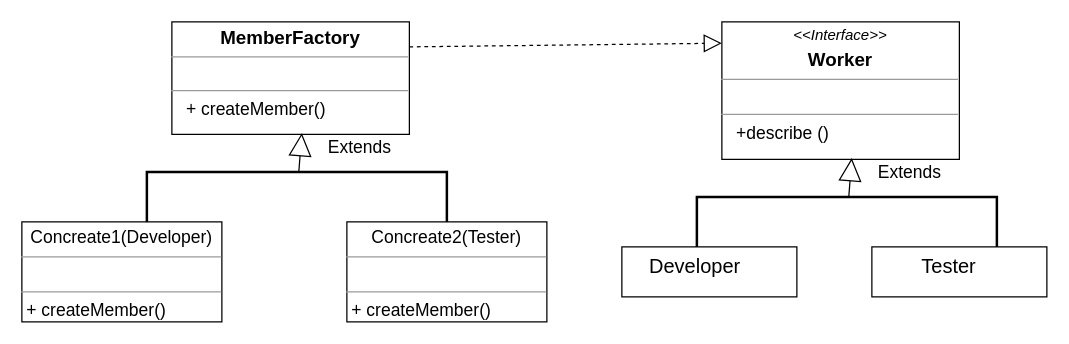
Before: creational/factory/factory.drawio in MaksShadows/Patterns, a draw.io diagram. Source tidied: cells renumbered, new cells numbered last; positions are measured from the earlier drawing's top-left corner, leaving out a move shared by most shapes. Both pictures are drawn from the tidied source at 125%, with x=0, y=0 at pixel (21, 21).
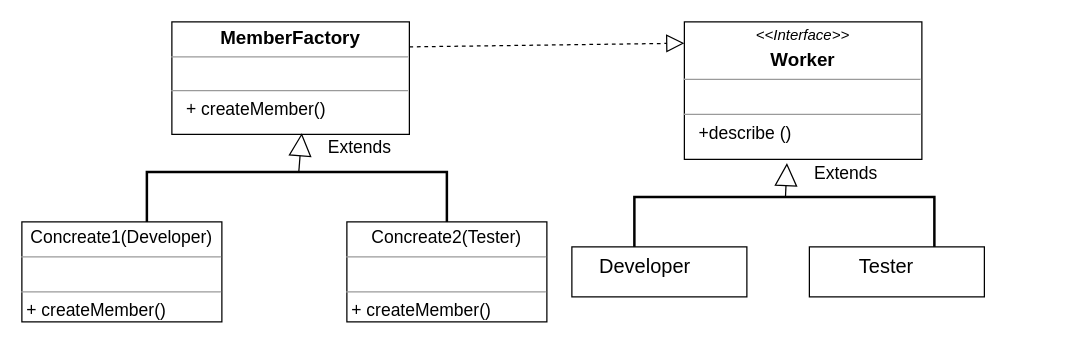
Above is the later version.

Diff of the diagram source:
```diff
@@
 <mxGraphModel>
   <root>
     <mxCell id="0" />
     <mxCell id="1" parent="0" />
     <mxCell id="2" value="&lt;p style=&quot;margin: 4px 0px 0px ; text-align: center&quot;&gt;&lt;i&gt;&amp;lt;&amp;lt;Interface&amp;gt;&amp;gt;&lt;/i&gt;&lt;/p&gt;&lt;p style=&quot;margin: 0px ; margin-top: 4px ; text-align: center&quot;&gt;&lt;span style=&quot;font-size: 15px&quot;&gt;&lt;b&gt;Worker&lt;/b&gt;&lt;/span&gt;&lt;/p&gt;&lt;hr size=&quot;1&quot;&gt;&lt;p style=&quot;margin: 0px ; margin-left: 4px&quot;&gt;&lt;br&gt;&lt;/p&gt;&lt;hr size=&quot;1&quot;&gt;&lt;p style=&quot;text-align: justify ; margin: 0px 0px 0px 4px&quot;&gt;&lt;font style=&quot;font-size: 14px&quot;&gt;&amp;nbsp; +describe ()&lt;/font&gt;&lt;/p&gt;" style="verticalAlign=top;align=left;overflow=fill;fontSize=12;fontFamily=Helvetica;html=1;" parent="1" vertex="1">
-      <mxGeometry x="560" width="190" height="110" as="geometry" />
+      <mxGeometry x="530" width="190" height="110" as="geometry" />
     </mxCell>
     <mxCell id="3" value="&lt;p style=&quot;margin: 0px ; margin-top: 4px ; text-align: center&quot;&gt;&lt;span style=&quot;font-size: 15px&quot;&gt;&lt;b&gt;MemberFactory&lt;/b&gt;&lt;/span&gt;&lt;br&gt;&lt;/p&gt;&lt;hr size=&quot;1&quot;&gt;&lt;p style=&quot;margin: 0px ; margin-left: 4px&quot;&gt;&lt;br&gt;&lt;/p&gt;&lt;hr size=&quot;1&quot;&gt;&lt;p style=&quot;text-align: justify ; margin: 0px 0px 0px 4px&quot;&gt;&lt;font style=&quot;font-size: 14px&quot;&gt;&amp;nbsp; + createMember()&lt;/font&gt;&lt;br&gt;&lt;/p&gt;" style="verticalAlign=top;align=left;overflow=fill;fontSize=12;fontFamily=Helvetica;html=1;" parent="1" vertex="1">
       <mxGeometry x="120" width="190" height="90" as="geometry" />
     </mxCell>
     <mxCell id="4" value="&lt;p style=&quot;text-align: center ; margin: 4px 0px 0px ; font-size: 14px&quot;&gt;&lt;font style=&quot;font-size: 14px&quot;&gt;Concreate1(Developer)&lt;/font&gt;&lt;/p&gt;&lt;hr size=&quot;1&quot; style=&quot;text-align: justify ; font-size: 14px&quot;&gt;&lt;p style=&quot;text-align: justify ; margin: 0px 0px 0px 4px&quot;&gt;&lt;br&gt;&lt;/p&gt;&lt;hr size=&quot;1&quot; style=&quot;text-align: justify&quot;&gt;&lt;p style=&quot;text-align: justify ; margin: 0px 0px 0px 4px&quot;&gt;&lt;font style=&quot;font-size: 14px&quot;&gt;+ createMember()&lt;/font&gt;&lt;/p&gt;" style="verticalAlign=top;align=left;overflow=fill;fontSize=12;fontFamily=Helvetica;html=1;" parent="1" vertex="1">
       <mxGeometry y="160" width="160" height="80" as="geometry" />
     </mxCell>
     <mxCell id="5" value="&lt;p style=&quot;text-align: center ; margin: 4px 0px 0px ; font-size: 14px&quot;&gt;&lt;font style=&quot;font-size: 14px&quot;&gt;Concreate2(Tester)&lt;/font&gt;&lt;/p&gt;&lt;hr size=&quot;1&quot; style=&quot;text-align: justify ; font-size: 14px&quot;&gt;&lt;p style=&quot;text-align: justify ; margin: 0px 0px 0px 4px&quot;&gt;&lt;br&gt;&lt;/p&gt;&lt;hr size=&quot;1&quot; style=&quot;text-align: justify&quot;&gt;&lt;p style=&quot;text-align: justify ; margin: 0px 0px 0px 4px&quot;&gt;&lt;font style=&quot;font-size: 14px&quot;&gt;+ createMember()&lt;/font&gt;&lt;/p&gt;" style="verticalAlign=top;align=left;overflow=fill;fontSize=12;fontFamily=Helvetica;html=1;" parent="1" vertex="1">
       <mxGeometry x="260" y="160" width="160" height="80" as="geometry" />
     </mxCell>
     <mxCell id="6" style="strokeWidth=2;html=1;shape=mxgraph.flowchart.annotation_1;align=left;rotation=90;" parent="1" vertex="1">
       <mxGeometry x="200" y="20" width="40" height="240" as="geometry" />
     </mxCell>
     <mxCell id="7" value="&lt;font style=&quot;font-size: 14px&quot;&gt;Extends&lt;/font&gt;" style="endArrow=block;endSize=16;endFill=0;html=1;entryX=0.547;entryY=0.989;entryDx=0;entryDy=0;entryPerimeter=0;" parent="1" edge="1" source="6" target="3">
       <mxGeometry x="0.52" y="-47" relative="1" as="geometry" />
     </mxCell>
     <mxCell id="8" style="endArrow=block;dashed=1;endFill=0;endSize=12;html=1;entryX=0;entryY=0.155;entryDx=0;entryDy=0;entryPerimeter=0;" parent="1" edge="1" target="2">
       <mxGeometry relative="1" as="geometry">
         <mxPoint x="310" y="20" as="sourcePoint" />
       </mxGeometry>
     </mxCell>
     <mxCell id="9" style="strokeWidth=2;html=1;shape=mxgraph.flowchart.annotation_1;align=left;rotation=90;" parent="1" vertex="1">
-      <mxGeometry x="640" y="40" width="40" height="240" as="geometry" />
+      <mxGeometry x="590" y="40" width="40" height="240" as="geometry" />
     </mxCell>
-    <mxCell id="10" value="&lt;font style=&quot;font-size: 14px&quot;&gt;Extends&lt;/font&gt;" style="endArrow=block;endSize=16;endFill=0;html=1;entryX=0.547;entryY=0.989;entryDx=0;entryDy=0;entryPerimeter=0;" parent="1" edge="1" source="9">
-      <mxGeometry x="0.52" y="-47" relative="1" as="geometry">
-        <mxPoint x="663.9" y="109" as="targetPoint" />
-      </mxGeometry>
+    <mxCell id="10" value="&lt;font style=&quot;font-size: 14px&quot;&gt;Extends&lt;/font&gt;" style="endArrow=block;endSize=16;endFill=0;html=1;entryX=0.432;entryY=1.027;entryDx=0;entryDy=0;entryPerimeter=0;" parent="1" edge="1" source="9" target="2">
+      <mxGeometry x="0.52" y="-47" relative="1" as="geometry" />
     </mxCell>
     <mxCell id="11" value="&lt;p style=&quot;margin: 0px ; margin-top: 4px ; text-align: center&quot;&gt;&lt;/p&gt;&lt;div style=&quot;height: 2px&quot;&gt;&lt;font style=&quot;font-size: 16px&quot;&gt;&lt;br&gt;&lt;/font&gt;&lt;/div&gt;&lt;div style=&quot;height: 2px&quot;&gt;&lt;font style=&quot;font-size: 16px&quot;&gt;&amp;nbsp; &amp;nbsp; &amp;nbsp;Developer&lt;/font&gt;&lt;/div&gt;" style="verticalAlign=top;align=left;overflow=fill;fontSize=12;fontFamily=Helvetica;html=1;" parent="1" vertex="1">
-      <mxGeometry x="480" y="180" width="140" height="40" as="geometry" />
+      <mxGeometry x="440" y="180" width="140" height="40" as="geometry" />
     </mxCell>
     <mxCell id="12" value="&lt;p style=&quot;margin: 0px ; margin-top: 4px ; text-align: center&quot;&gt;&lt;/p&gt;&lt;div style=&quot;height: 2px&quot;&gt;&lt;font style=&quot;font-size: 16px&quot;&gt;&lt;br&gt;&lt;/font&gt;&lt;/div&gt;&lt;div style=&quot;height: 2px&quot;&gt;&lt;font style=&quot;font-size: 16px&quot;&gt;&amp;nbsp; &amp;nbsp; &amp;nbsp; &amp;nbsp; &amp;nbsp;Tester&lt;/font&gt;&lt;/div&gt;" style="verticalAlign=top;align=left;overflow=fill;fontSize=12;fontFamily=Helvetica;html=1;" parent="1" vertex="1">
-      <mxGeometry x="680" y="180" width="140" height="40" as="geometry" />
+      <mxGeometry x="630" y="180" width="140" height="40" as="geometry" />
     </mxCell>
   </root>
 </mxGraphModel>
```
